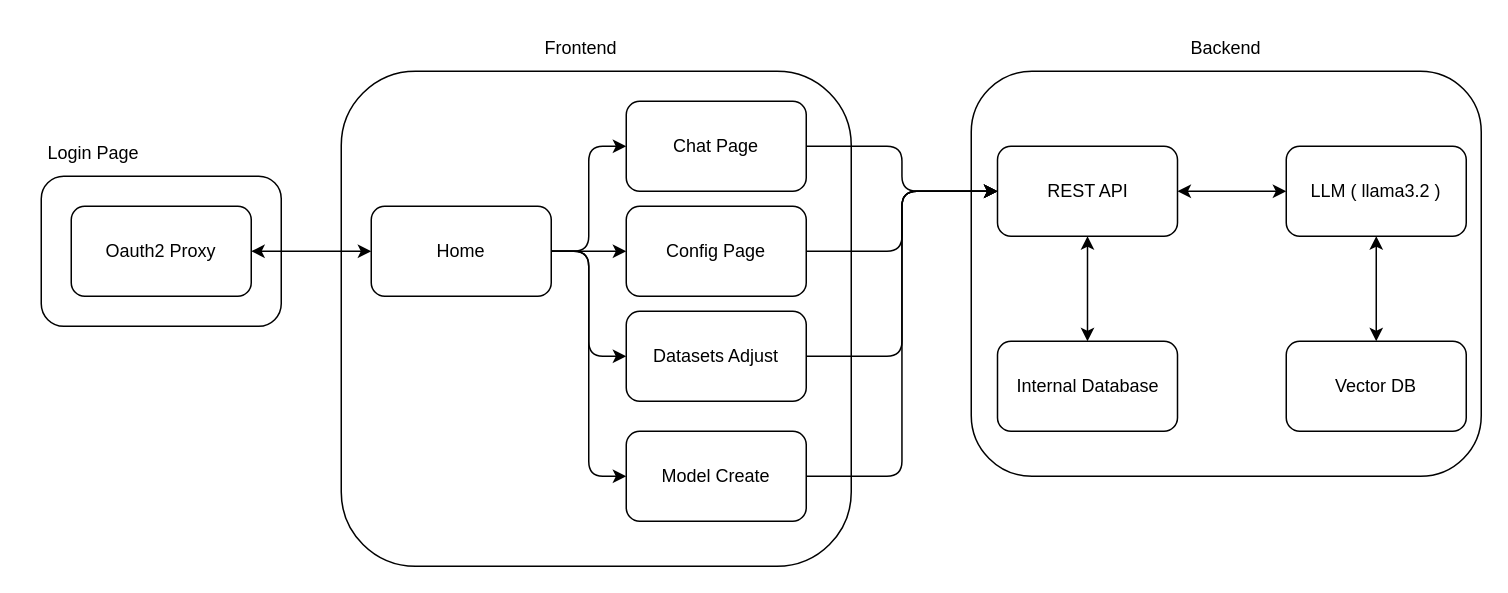
Before: page "Overall" (1 of 7) of capstone.drawio in santapong/CapStone-Project, a draw.io diagram. Source tidied: cells renumbered, new cells numbered last; positions are measured from the earlier drawing's top-left corner, leaving out a move shared by most shapes. Both pictures are drawn from the tidied source at 150%, with x=0, y=0 at pixel (26, 26).
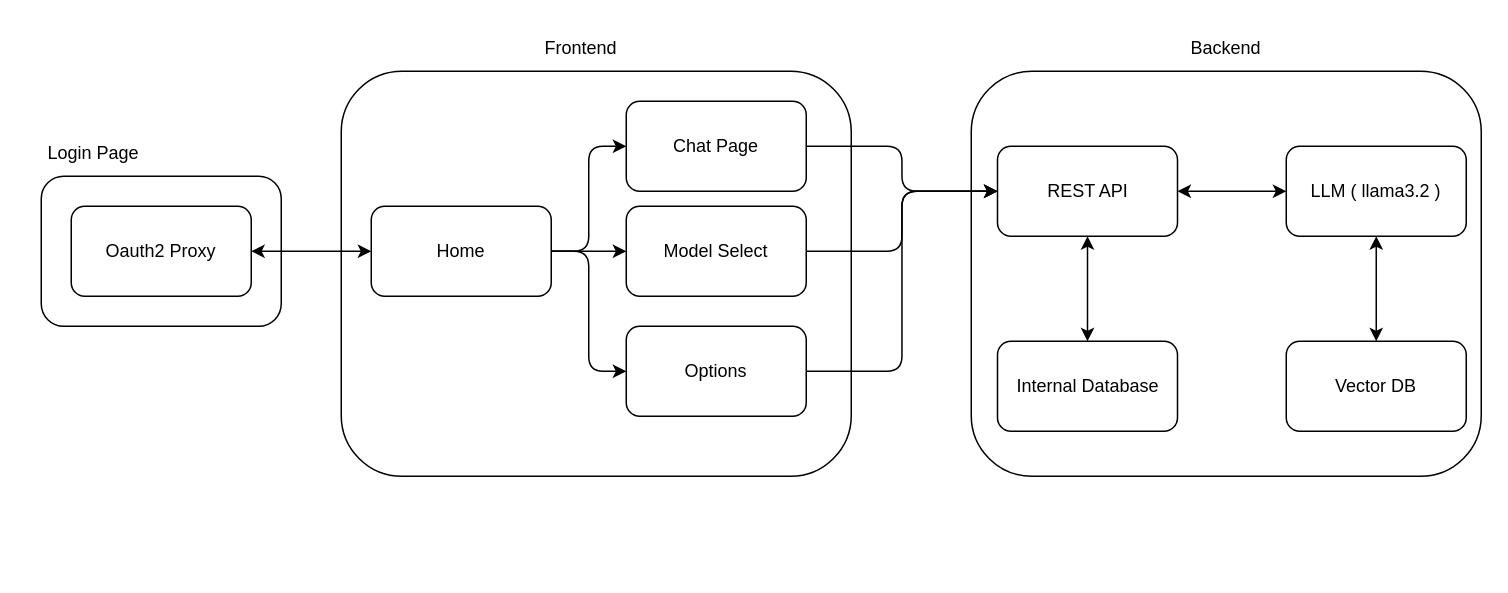
Above is the later version.

Unchanged cells that the change refers to:
```xml
<mxCell id="15" value="Home" style="rounded=1;whiteSpace=wrap;html=1;" parent="1" vertex="1">
  <mxGeometry x="230" y="120" width="120" height="60" as="geometry" />
</mxCell>
<mxCell id="22" value="REST API" style="rounded=1;whiteSpace=wrap;html=1;" parent="1" vertex="1">
  <mxGeometry x="647.5" y="80" width="120" height="60" as="geometry" />
</mxCell>
```

Diff of the diagram source:
```diff
@@
     <mxCell id="2" style="rounded=1;whiteSpace=wrap;html=1;" parent="1" vertex="1">
-      <mxGeometry x="210" y="30" width="340" height="330" as="geometry" />
+      <mxGeometry x="210" y="30" width="340" height="270" as="geometry" />
     </mxCell>
@@
-    <mxCell id="12" style="edgeStyle=orthogonalEdgeStyle;html=1;entryX=0;entryY=0.5;entryDx=0;entryDy=0;" parent="1" edge="1" source="15" target="19">
-      <mxGeometry relative="1" as="geometry" />
-    </mxCell>
@@
-    <mxCell id="17" value="Config Page" style="rounded=1;whiteSpace=wrap;html=1;" parent="1" vertex="1">
+    <mxCell id="17" value="Model Select" style="rounded=1;whiteSpace=wrap;html=1;" parent="1" vertex="1">
       <mxGeometry x="400" y="120" width="120" height="60" as="geometry" />
     </mxCell>
-    <mxCell id="18" style="edgeStyle=orthogonalEdgeStyle;html=1;entryX=0;entryY=0.5;entryDx=0;entryDy=0;" parent="1" edge="1" source="19" target="22">
-      <mxGeometry relative="1" as="geometry" />
-    </mxCell>
-    <mxCell id="19" value="Datasets Adjust" style="rounded=1;whiteSpace=wrap;html=1;" parent="1" vertex="1">
-      <mxGeometry x="400" y="190" width="120" height="60" as="geometry" />
-    </mxCell>
@@
-    <mxCell id="29" value="Model Create" style="rounded=1;whiteSpace=wrap;html=1;" parent="1" vertex="1">
-      <mxGeometry x="400" y="270" width="120" height="60" as="geometry" />
+    <mxCell id="29" value="Options" style="rounded=1;whiteSpace=wrap;html=1;" parent="1" vertex="1">
+      <mxGeometry x="400" y="200" width="120" height="60" as="geometry" />
     </mxCell>
```
